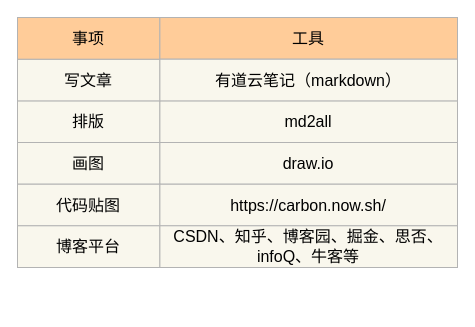
Before: 公众号心得/工具清单.drawio in xiaolincoder/ImageHost3, a draw.io diagram. Source tidied: cells renumbered, new cells numbered last; positions are measured from the earlier drawing's top-left corner, leaving out a move shared by most shapes. Both pictures are drawn from the tidied source at 100%, with x=0, y=0 at pixel (17, 17).
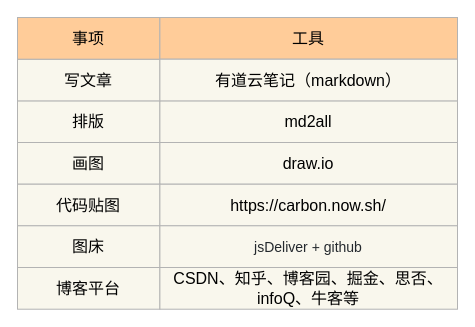
Above is the later version.

Commit message (it also covers changes not shown here):
更新工具清单.drawio

The edit, as a diff of the source:
```diff
@@
 <mxGraphModel>
   <root>
     <mxCell id="0" />
     <mxCell id="1" parent="0" />
     <mxCell id="2" value="排版" style="rounded=0;whiteSpace=wrap;html=1;fontSize=16;fillColor=#f9f7ed;labelBorderColor=none;strokeColor=#B3B3B3;" parent="1" vertex="1">
       <mxGeometry y="83.3" width="142.4" height="41.7" as="geometry" />
     </mxCell>
     <mxCell id="3" value="md2all" style="rounded=0;whiteSpace=wrap;html=1;fontSize=16;fillColor=#f9f7ed;labelBorderColor=none;strokeColor=#B3B3B3;" parent="1" vertex="1">
       <mxGeometry x="142.4" y="83.3" width="297.6" height="41.7" as="geometry" />
     </mxCell>
     <mxCell id="4" value="写文章" style="rounded=0;whiteSpace=wrap;html=1;fontSize=16;fillColor=#f9f7ed;labelBorderColor=none;strokeColor=#B3B3B3;" parent="1" vertex="1">
       <mxGeometry y="41.7" width="142.4" height="41.7" as="geometry" />
     </mxCell>
     <mxCell id="5" value="事项" style="rounded=0;whiteSpace=wrap;html=1;fontSize=16;fillColor=#ffcc99;labelBorderColor=none;strokeColor=#B3B3B3;" parent="1" vertex="1">
       <mxGeometry width="142.4" height="41.7" as="geometry" />
     </mxCell>
     <mxCell id="6" value="工具" style="rounded=0;whiteSpace=wrap;html=1;fontSize=16;fillColor=#ffcc99;labelBorderColor=none;strokeColor=#B3B3B3;" parent="1" vertex="1">
       <mxGeometry x="142.4" width="297.6" height="41.7" as="geometry" />
     </mxCell>
     <mxCell id="7" value="有道云笔记（markdown）" style="rounded=0;whiteSpace=wrap;html=1;fontSize=16;fillColor=#f9f7ed;labelBorderColor=none;strokeColor=#B3B3B3;" parent="1" vertex="1">
       <mxGeometry x="142.4" y="41.7" width="297.6" height="41.7" as="geometry" />
     </mxCell>
     <mxCell id="8" value="画图" style="rounded=0;whiteSpace=wrap;html=1;fontSize=16;fillColor=#f9f7ed;labelBorderColor=none;strokeColor=#B3B3B3;" parent="1" vertex="1">
       <mxGeometry y="125" width="142.4" height="41.7" as="geometry" />
     </mxCell>
     <mxCell id="9" value="draw.io" style="rounded=0;whiteSpace=wrap;html=1;fontSize=16;fillColor=#f9f7ed;labelBorderColor=none;strokeColor=#B3B3B3;" parent="1" vertex="1">
       <mxGeometry x="142.4" y="125" width="297.6" height="41.7" as="geometry" />
     </mxCell>
     <mxCell id="10" value="代码贴图" style="rounded=0;whiteSpace=wrap;html=1;fontSize=16;fillColor=#f9f7ed;labelBorderColor=none;strokeColor=#B3B3B3;" parent="1" vertex="1">
       <mxGeometry y="166.7" width="142.4" height="41.7" as="geometry" />
     </mxCell>
     <mxCell id="11" value="https://carbon.now.sh/" style="rounded=0;whiteSpace=wrap;html=1;fontSize=16;fillColor=#f9f7ed;labelBorderColor=none;strokeColor=#B3B3B3;" parent="1" vertex="1">
       <mxGeometry x="142.4" y="166.7" width="297.6" height="41.7" as="geometry" />
     </mxCell>
     <mxCell id="12" value="博客平台" style="rounded=0;whiteSpace=wrap;html=1;fontSize=16;fillColor=#f9f7ed;labelBorderColor=none;strokeColor=#B3B3B3;" parent="1" vertex="1">
-      <mxGeometry y="208.3" width="142.4" height="41.7" as="geometry" />
+      <mxGeometry y="250" width="142.4" height="41.7" as="geometry" />
     </mxCell>
     <mxCell id="13" value="CSDN、知乎、博客园、掘金、思否、infoQ、牛客等" style="rounded=0;whiteSpace=wrap;html=1;fontSize=16;fillColor=#f9f7ed;labelBorderColor=none;strokeColor=#B3B3B3;" parent="1" vertex="1">
-      <mxGeometry x="142.4" y="208.3" width="297.6" height="41.7" as="geometry" />
+      <mxGeometry x="142.4" y="250" width="297.6" height="41.7" as="geometry" />
     </mxCell>
+    <mxCell id="14" value="图床" style="rounded=0;whiteSpace=wrap;html=1;fontSize=16;fillColor=#f9f7ed;labelBorderColor=none;strokeColor=#B3B3B3;" parent="1" vertex="1">
+      <mxGeometry y="208.3" width="142.4" height="41.7" as="geometry" />
+    </mxCell>
+    <mxCell id="15" value="&lt;span style=&quot;box-sizing: border-box; color: rgb(36, 41, 46); font-size: 14px;&quot;&gt;jsDeliver + github&lt;/span&gt;" style="rounded=0;whiteSpace=wrap;html=1;fontSize=16;fillColor=#f9f7ed;labelBorderColor=none;strokeColor=#B3B3B3;fontStyle=0;" parent="1" vertex="1">
+      <mxGeometry x="142.4" y="208.3" width="297.6" height="41.7" as="geometry" />
+    </mxCell>
   </root>
 </mxGraphModel>
```
